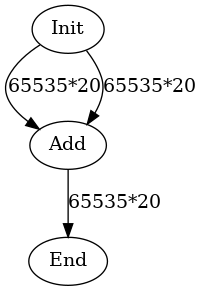
This is data/graph_poly.dot.png from hal-lab-u-tokyo/PolyFHE, a Graphviz export, as it was before one commit. Its source is kept beside it as data/graph_poly.dot.
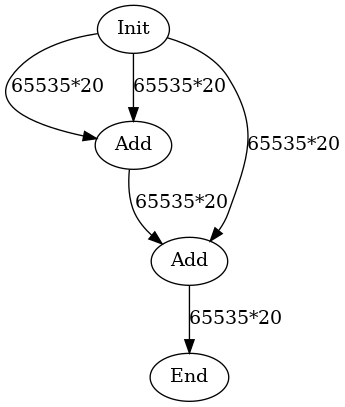
After the commit.

Diff of the diagram source:
```diff
@@ -1,8 +1,11 @@
 digraph G {
 Init[label="Init"];
 Add0[label="Add"];
+Add1[label="Add"];
 End[label="End"];
 Init -> Add0[label="65535*20"];
 Init -> Add0[label="65535*20"];
-Add0 -> End[label="65535*20"];
+Init -> Add1[label="65535*20"];
+Add0 -> Add1[label="65535*20"];
+Add1 -> End[label="65535*20"];
 }
```
